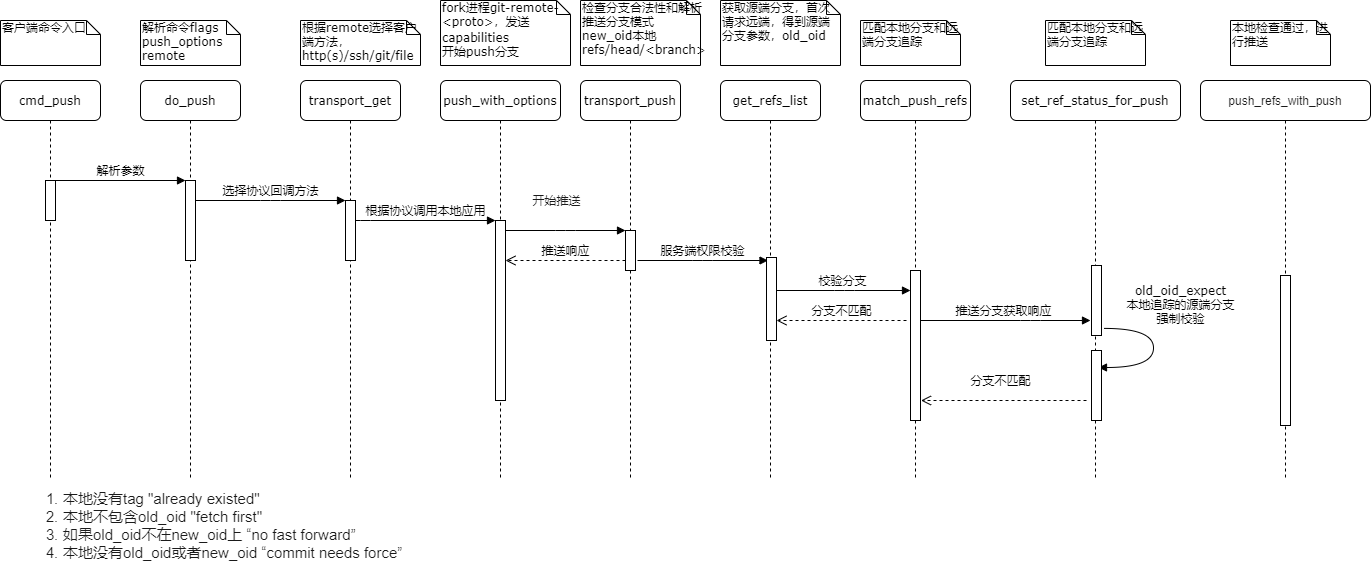
Before: Untitled Diagram.png, a diagram exported from draw.io (tongtongtongtong/test). Source tidied: cells renumbered, new cells last; positions are measured from the earlier drawing's top-left corner, leaving out a move shared by most shapes.
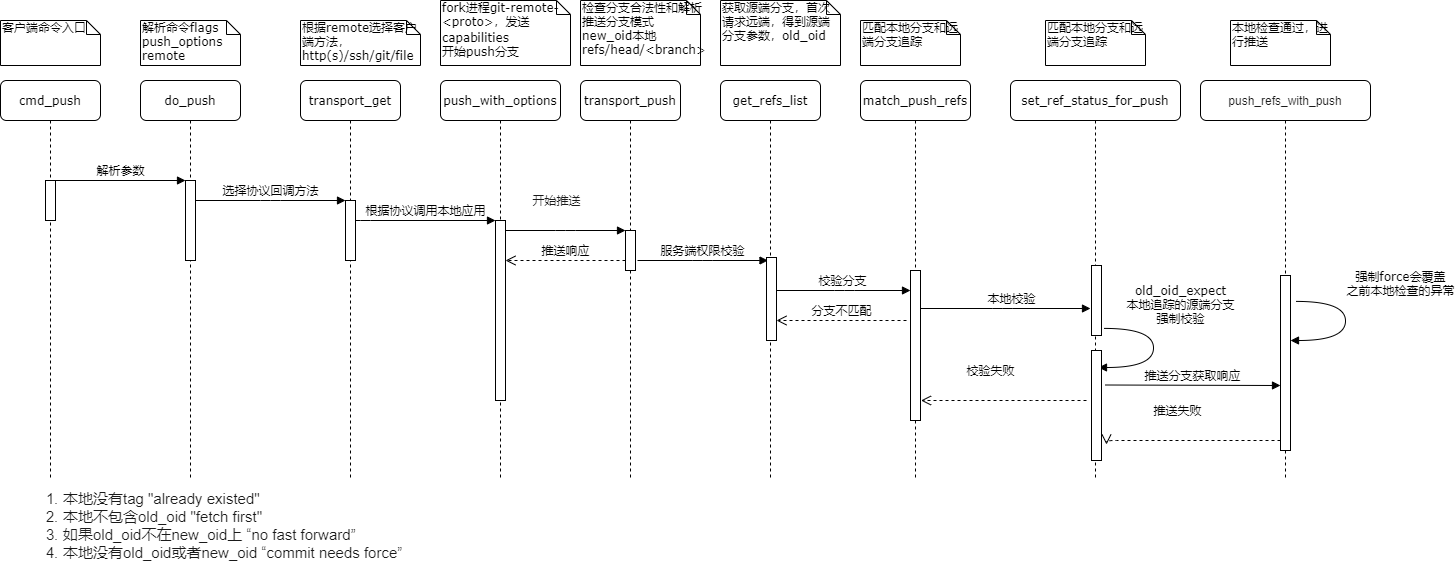
The same file after the commit.

Change to the diagram source:
```diff
@@ -105,9 +105,11 @@
     <mxCell id="29" value="匹配本地分支和远端分支追踪" style="shape=note;whiteSpace=wrap;html=1;size=14;verticalAlign=top;align=left;spacingTop=-6;rounded=0;shadow=0;comic=0;labelBackgroundColor=none;strokeWidth=1;fontFamily=Verdana;fontSize=12;" parent="1" vertex="1">
       <mxGeometry x="1045" y="20" width="100" height="45" as="geometry" />
     </mxCell>
-    <mxCell id="30" value="推送分支获取响应" style="html=1;verticalAlign=bottom;endArrow=block;labelBackgroundColor=none;fontFamily=Verdana;fontSize=12;edgeStyle=elbowEdgeStyle;elbow=vertical;" parent="1" edge="1" source="9">
-      <mxGeometry relative="1" as="geometry">
-        <mxPoint x="1090" y="320" as="targetPoint" />
+    <mxCell id="30" value="本地校验" style="html=1;verticalAlign=bottom;endArrow=block;labelBackgroundColor=none;fontFamily=Verdana;fontSize=12;edgeStyle=elbowEdgeStyle;elbow=vertical;" parent="1" edge="1">
+      <mxGeometry x="0.09" relative="1" as="geometry">
+        <mxPoint x="914.5" y="308" as="sourcePoint" />
+        <mxPoint x="1090" y="308" as="targetPoint" />
+        <mxPoint x="1" as="offset" />
       </mxGeometry>
     </mxCell>
     <mxCell id="31" style="html=1;perimeter=orthogonalPerimeter;rounded=0;shadow=0;comic=0;labelBackgroundColor=none;strokeWidth=1;fontFamily=Verdana;fontSize=12;align=center;" parent="1" vertex="1">
@@ -140,13 +142,13 @@
       </mxGeometry>
     </mxCell>
     <mxCell id="36" style="html=1;points=[];perimeter=orthogonalPerimeter;rounded=0;shadow=0;comic=0;labelBackgroundColor=none;strokeWidth=1;fontFamily=Verdana;fontSize=12;align=center;" parent="1" vertex="1">
-      <mxGeometry x="1091" y="350" width="10" height="70" as="geometry" />
+      <mxGeometry x="1091" y="350" width="10" height="110" as="geometry" />
     </mxCell>
     <mxCell id="37" value="&lt;ol style=&quot;font-size: 15px&quot;&gt;&lt;li&gt;本地没有tag &quot;already existed&quot;&lt;/li&gt;&lt;li&gt;本地不包含old_oid &quot;fetch first&quot;&lt;/li&gt;&lt;li&gt;如果old_oid不在new_oid上 “no fast forward”&lt;/li&gt;&lt;li&gt;本地没有old_oid或者new_oid “commit needs force”&lt;/li&gt;&lt;/ol&gt;" style="text;html=1;align=left;verticalAlign=middle;fillColor=none;strokeColor=none;rounded=0;fontColor=#1A1A1A;" parent="1" vertex="1">
       <mxGeometry x="21" y="480" width="390" height="90" as="geometry" />
     </mxCell>
-    <mxCell id="38" value="分支不匹配" style="html=1;verticalAlign=bottom;endArrow=open;dashed=1;endSize=8;labelBackgroundColor=none;fontFamily=Helvetica;fontSize=12;edgeStyle=elbowEdgeStyle;elbow=vertical;" parent="1" edge="1">
-      <mxGeometry x="0.04" y="-10" relative="1" as="geometry">
+    <mxCell id="38" value="校验失败" style="html=1;verticalAlign=bottom;endArrow=open;dashed=1;endSize=8;labelBackgroundColor=none;fontFamily=Helvetica;fontSize=12;edgeStyle=elbowEdgeStyle;elbow=vertical;" parent="1" edge="1">
+      <mxGeometry x="0.16" y="-20" relative="1" as="geometry">
         <mxPoint x="1086" y="400" as="sourcePoint" />
         <mxPoint x="920.5" y="400" as="targetPoint" />
         <Array as="points">
@@ -162,7 +164,33 @@
       <mxGeometry x="1230" y="20" width="100" height="45" as="geometry" />
     </mxCell>
     <mxCell id="41" style="html=1;perimeter=orthogonalPerimeter;rounded=0;shadow=0;comic=0;labelBackgroundColor=none;strokeWidth=1;fontFamily=Verdana;fontSize=12;align=center;" parent="1" vertex="1">
-      <mxGeometry x="1280" y="275" width="10" height="150" as="geometry" />
+      <mxGeometry x="1280" y="275" width="10" height="175" as="geometry" />
     </mxCell>
+    <mxCell id="42" value="强制force会覆盖&lt;br&gt;之前本地检查的异常" style="html=1;verticalAlign=bottom;endArrow=block;labelBackgroundColor=none;fontFamily=Verdana;fontSize=12;elbow=vertical;edgeStyle=orthogonalEdgeStyle;curved=1;exitX=1.066;exitY=0.713;exitPerimeter=0;" parent="1" edge="1">
+      <mxGeometry x="-0.31" y="55" relative="1" as="geometry">
+        <mxPoint x="1295.7" y="300.9" as="sourcePoint" />
+        <mxPoint x="1290" y="340" as="targetPoint" />
+        <Array as="points">
+          <mxPoint x="1345" y="301" />
+          <mxPoint x="1345" y="340" />
+        </Array>
+        <mxPoint y="-1" as="offset" />
+      </mxGeometry>
+    </mxCell>
+    <mxCell id="43" value="推送分支获取响应" style="html=1;verticalAlign=bottom;endArrow=block;labelBackgroundColor=none;fontFamily=Verdana;fontSize=12;edgeStyle=elbowEdgeStyle;elbow=vertical;" parent="1" edge="1">
+      <mxGeometry relative="1" as="geometry">
+        <mxPoint x="1104.5" y="384.5" as="sourcePoint" />
+        <mxPoint x="1280" y="384.5" as="targetPoint" />
+      </mxGeometry>
+    </mxCell>
+    <mxCell id="44" value="推送失败" style="html=1;verticalAlign=bottom;endArrow=open;dashed=1;endSize=8;labelBackgroundColor=none;fontFamily=Helvetica;fontSize=12;edgeStyle=elbowEdgeStyle;elbow=vertical;entryX=1.5;entryY=0.855;entryDx=0;entryDy=0;entryPerimeter=0;" parent="1" edge="1" target="36">
+      <mxGeometry x="0.16" y="-20" relative="1" as="geometry">
+        <mxPoint x="1280" y="440" as="sourcePoint" />
+        <Array as="points">
+          <mxPoint x="1235" y="440" />
+          <mxPoint x="1265" y="440" />
+        </Array>
+      </mxGeometry>
+    </mxCell>
   </root>
 </mxGraphModel>
```
